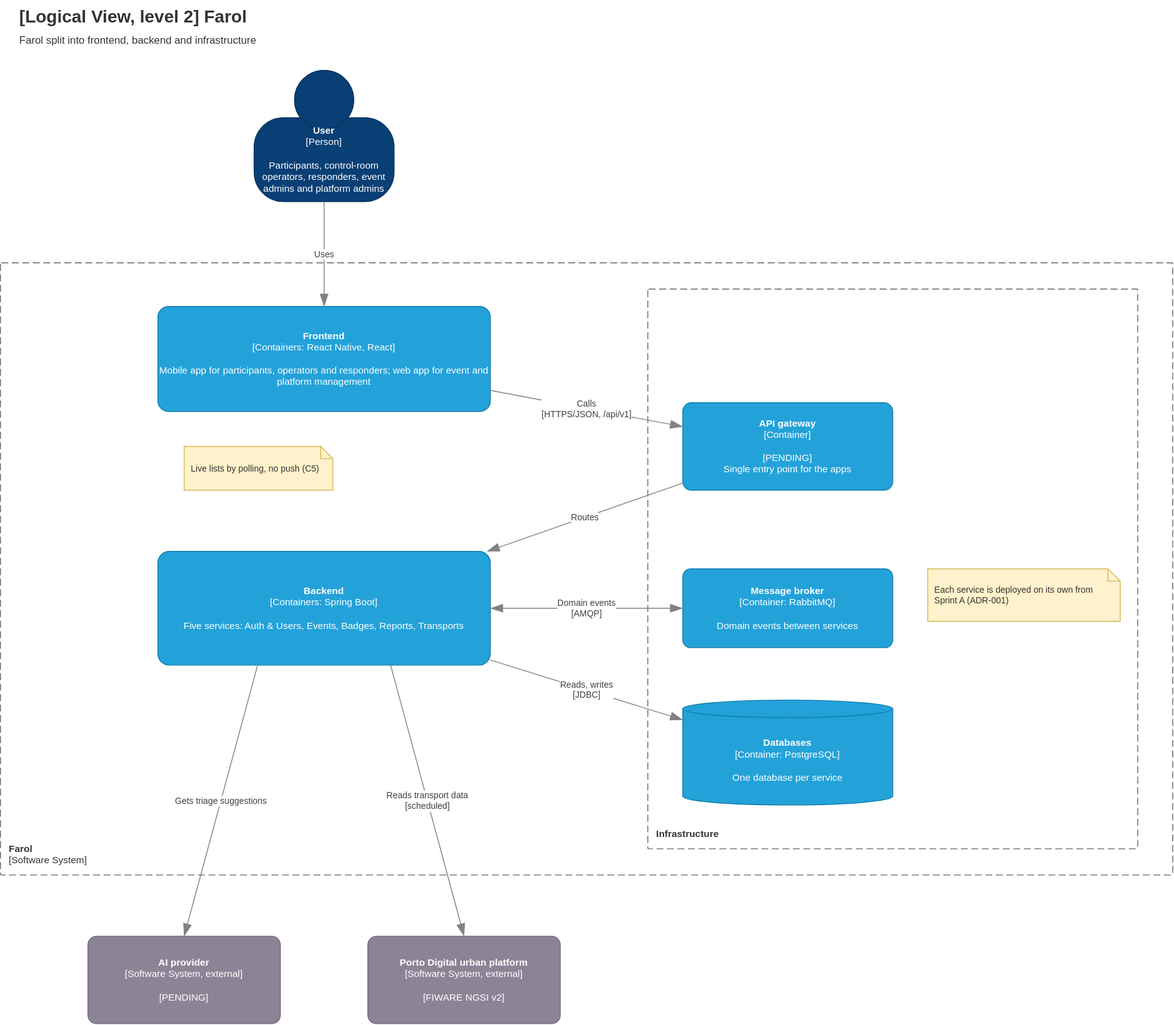
Above: Docs/Technical/diagrams/logical-view-level-2.drawio.svg in tomasoliveira21/LABDSOF (draw.io), before the change. Source tidied: cells renumbered, new cells last; positions are measured from the earlier drawing's top-left corner, leaving out a move shared by most shapes.
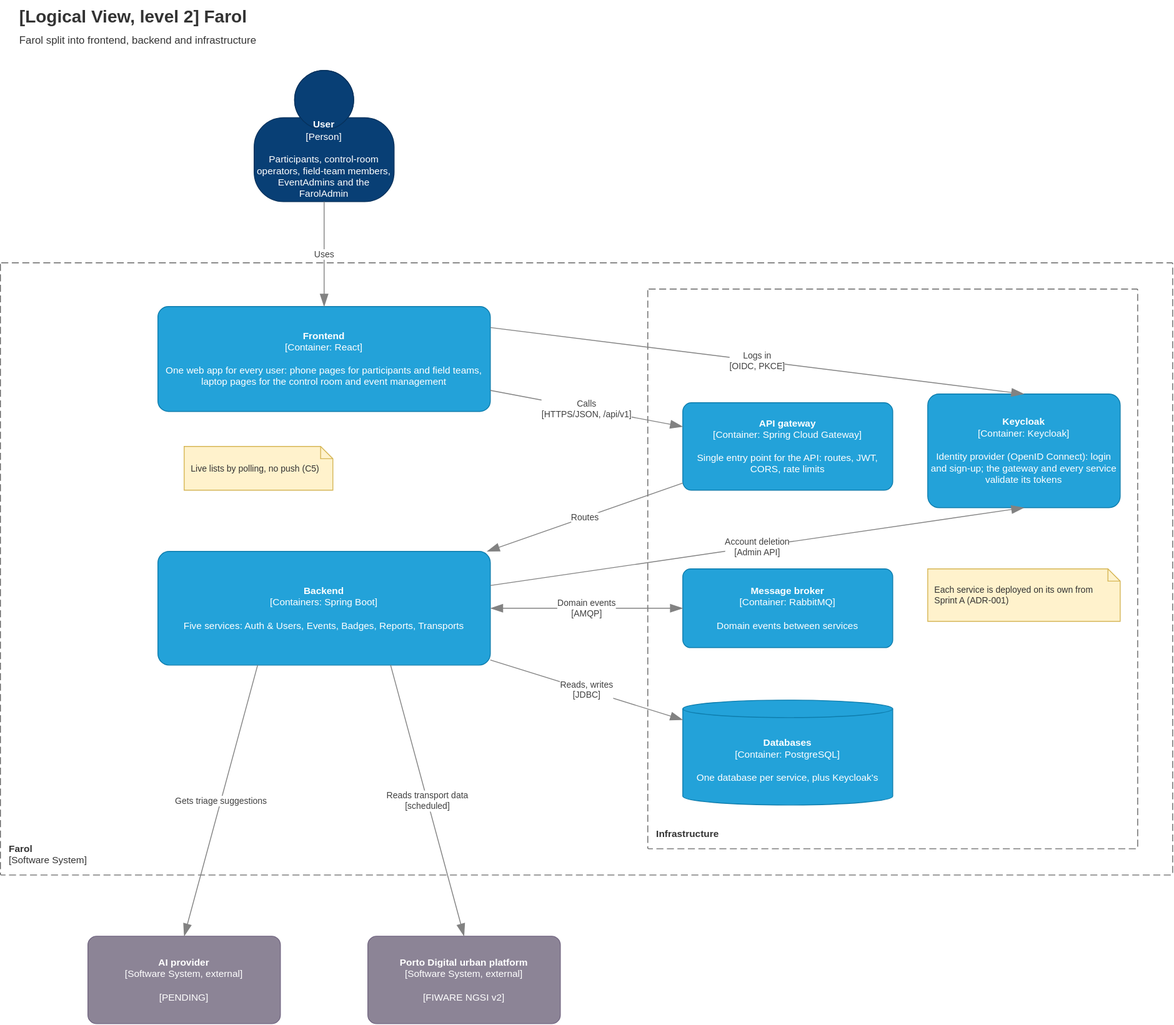
The same diagram one commit later.

What changed in the source:
```diff
@@ -5,13 +5,13 @@
     <mxCell id="2" value="&lt;b&gt;[Logical View, level 2] Farol&lt;/b&gt;&lt;br&gt;&lt;font style=&quot;font-size:12px&quot;&gt;Farol split into frontend, backend and infrastructure&lt;/font&gt;" style="text;html=1;align=left;verticalAlign=top;fontSize=20;fontColor=#333333;" parent="1" vertex="1">
       <mxGeometry x="20" width="1000" height="60" as="geometry" />
     </mxCell>
-    <mxCell id="3" value="&lt;b&gt;User&lt;/b&gt;&lt;div&gt;[Person]&lt;/div&gt;&lt;br&gt;&lt;div&gt;Participants, control-room operators, responders, event admins and platform admins&lt;/div&gt;" style="html=1;fontSize=11;whiteSpace=wrap;fillColor=#083F75;strokeColor=#06315C;fontColor=#ffffff;shape=mxgraph.c4.person2;align=center;" parent="1" vertex="1">
+    <mxCell id="3" value="&lt;b&gt;User&lt;/b&gt;&lt;div&gt;[Person]&lt;/div&gt;&lt;br&gt;&lt;div&gt;Participants, control-room operators, field-team members, EventAdmins and the FarolAdmin&lt;/div&gt;" style="html=1;fontSize=11;whiteSpace=wrap;fillColor=#083F75;strokeColor=#06315C;fontColor=#ffffff;shape=mxgraph.c4.person2;align=center;" parent="1" vertex="1">
       <mxGeometry x="290" y="80" width="160" height="150" as="geometry" />
     </mxCell>
     <mxCell id="4" value="&lt;b&gt;Farol&lt;/b&gt;&lt;br&gt;[Software System]" style="rounded=1;arcSize=2;absoluteArcSize=1;whiteSpace=wrap;html=1;dashed=1;dashPattern=8 4;fillColor=none;strokeColor=#666666;fontColor=#333333;align=left;verticalAlign=bottom;spacing=10;fontSize=11;" parent="1" vertex="1">
       <mxGeometry y="300" width="1340" height="700" as="geometry" />
     </mxCell>
-    <mxCell id="5" value="&lt;b&gt;Frontend&lt;/b&gt;&lt;div&gt;[Containers: React Native, React]&lt;/div&gt;&lt;br&gt;&lt;div&gt;Mobile app for participants, operators and responders; web app for event and platform management&lt;/div&gt;" style="rounded=1;whiteSpace=wrap;html=1;fillColor=#23A2D9;fontColor=#ffffff;arcSize=10;strokeColor=#0E7DAD;fontSize=11;" parent="1" vertex="1">
+    <mxCell id="5" value="&lt;b&gt;Frontend&lt;/b&gt;&lt;div&gt;[Container: React]&lt;/div&gt;&lt;br&gt;&lt;div&gt;One web app for every user: phone pages for participants and field teams, laptop pages for the control room and event management&lt;/div&gt;" style="rounded=1;whiteSpace=wrap;html=1;fillColor=#23A2D9;fontColor=#ffffff;arcSize=10;strokeColor=#0E7DAD;fontSize=11;" parent="1" vertex="1">
       <mxGeometry x="180" y="350" width="380" height="120" as="geometry" />
     </mxCell>
     <mxCell id="6" value="&lt;b&gt;Backend&lt;/b&gt;&lt;div&gt;[Containers: Spring Boot]&lt;/div&gt;&lt;br&gt;&lt;div&gt;Five services: Auth &amp;amp; Users, Events, Badges, Reports, Transports&lt;/div&gt;" style="rounded=1;whiteSpace=wrap;html=1;fillColor=#23A2D9;fontColor=#ffffff;arcSize=10;strokeColor=#0E7DAD;fontSize=11;" parent="1" vertex="1">
@@ -20,13 +20,13 @@
     <mxCell id="7" value="&lt;b&gt;Infrastructure&lt;/b&gt;" style="rounded=1;arcSize=2;absoluteArcSize=1;whiteSpace=wrap;html=1;dashed=1;dashPattern=8 4;fillColor=none;strokeColor=#666666;fontColor=#333333;align=left;verticalAlign=bottom;spacing=10;fontSize=11;" parent="1" vertex="1">
       <mxGeometry x="740" y="330" width="560" height="640" as="geometry" />
     </mxCell>
-    <mxCell id="8" value="&lt;b&gt;API gateway&lt;/b&gt;&lt;div&gt;[Container]&lt;/div&gt;&lt;br&gt;&lt;div&gt;[PENDING]&lt;br&gt;Single entry point for the apps&lt;/div&gt;" style="rounded=1;whiteSpace=wrap;html=1;fillColor=#23A2D9;fontColor=#ffffff;arcSize=10;strokeColor=#0E7DAD;fontSize=11;" parent="1" vertex="1">
+    <mxCell id="8" value="&lt;b&gt;API gateway&lt;/b&gt;&lt;div&gt;[Container: Spring Cloud Gateway]&lt;/div&gt;&lt;br&gt;&lt;div&gt;Single entry point for the API: routes, JWT, CORS, rate limits&lt;/div&gt;" style="rounded=1;whiteSpace=wrap;html=1;fillColor=#23A2D9;fontColor=#ffffff;arcSize=10;strokeColor=#0E7DAD;fontSize=11;" parent="1" vertex="1">
       <mxGeometry x="780" y="460" width="240" height="100" as="geometry" />
     </mxCell>
     <mxCell id="9" value="&lt;b&gt;Message broker&lt;/b&gt;&lt;div&gt;[Container: RabbitMQ]&lt;/div&gt;&lt;br&gt;&lt;div&gt;Domain events between services&lt;/div&gt;" style="rounded=1;whiteSpace=wrap;html=1;fillColor=#23A2D9;fontColor=#ffffff;arcSize=10;strokeColor=#0E7DAD;fontSize=11;" parent="1" vertex="1">
       <mxGeometry x="780" y="650" width="240" height="90" as="geometry" />
     </mxCell>
-    <mxCell id="10" value="&lt;b&gt;Databases&lt;/b&gt;&lt;br&gt;[Container: PostgreSQL]&lt;br&gt;&lt;br&gt;One database per service" style="shape=cylinder3;size=10;boundedLbl=1;whiteSpace=wrap;html=1;fillColor=#23A2D9;fontColor=#ffffff;strokeColor=#0E7DAD;fontSize=11;" parent="1" vertex="1">
+    <mxCell id="10" value="&lt;b&gt;Databases&lt;/b&gt;&lt;br&gt;[Container: PostgreSQL]&lt;br&gt;&lt;br&gt;One database per service, plus Keycloak's" style="shape=cylinder3;size=10;boundedLbl=1;whiteSpace=wrap;html=1;fillColor=#23A2D9;fontColor=#ffffff;strokeColor=#0E7DAD;fontSize=11;" parent="1" vertex="1">
       <mxGeometry x="780" y="800" width="240" height="120" as="geometry" />
     </mxCell>
     <mxCell id="11" value="&lt;b&gt;AI provider&lt;/b&gt;&lt;div&gt;[Software System, external]&lt;/div&gt;&lt;br&gt;&lt;div&gt;[PENDING]&lt;/div&gt;" style="rounded=1;whiteSpace=wrap;html=1;fillColor=#8C8496;fontColor=#ffffff;arcSize=10;strokeColor=#736782;fontSize=11;" parent="1" vertex="1">
@@ -62,5 +62,14 @@
     <mxCell id="21" value="Each service is deployed on its own from Sprint A (ADR-001)" style="shape=note;size=14;whiteSpace=wrap;html=1;fillColor=#fff2cc;strokeColor=#d6b656;fontColor=#333333;align=left;spacing=8;fontSize=10;" parent="1" vertex="1">
       <mxGeometry x="1060" y="650" width="220" height="60" as="geometry" />
     </mxCell>
+    <mxCell id="22" value="&lt;b&gt;Keycloak&lt;/b&gt;&lt;div&gt;[Container: Keycloak]&lt;/div&gt;&lt;br&gt;&lt;div&gt;Identity provider (OpenID Connect): login and sign-up; the gateway and every service validate its tokens&lt;/div&gt;" style="rounded=1;whiteSpace=wrap;html=1;fillColor=#23A2D9;fontColor=#ffffff;arcSize=10;strokeColor=#0E7DAD;fontSize=11;" parent="1" vertex="1">
+      <mxGeometry x="1060" y="450" width="220" height="130" as="geometry" />
+    </mxCell>
+    <mxCell id="23" value="Logs in&lt;br&gt;[OIDC, PKCE]" style="endArrow=blockThin;html=1;fontSize=10;fontColor=#404040;endFill=1;strokeColor=#828282;endSize=12;rounded=0;labelBackgroundColor=#ffffff;exitX=1;exitY=0.2;exitDx=0;exitDy=0;entryX=0.5;entryY=0;entryDx=0;entryDy=0;" parent="1" edge="1" source="5" target="22">
+      <mxGeometry relative="1" as="geometry" />
+    </mxCell>
+    <mxCell id="24" value="Account deletion&lt;br&gt;[Admin API]" style="endArrow=blockThin;html=1;fontSize=10;fontColor=#404040;endFill=1;strokeColor=#828282;endSize=12;rounded=0;labelBackgroundColor=#ffffff;exitX=1;exitY=0.3;exitDx=0;exitDy=0;entryX=0.5;entryY=1;entryDx=0;entryDy=0;" parent="1" edge="1" source="6" target="22">
+      <mxGeometry relative="1" as="geometry" />
+    </mxCell>
   </root>
 </mxGraphModel>
```
